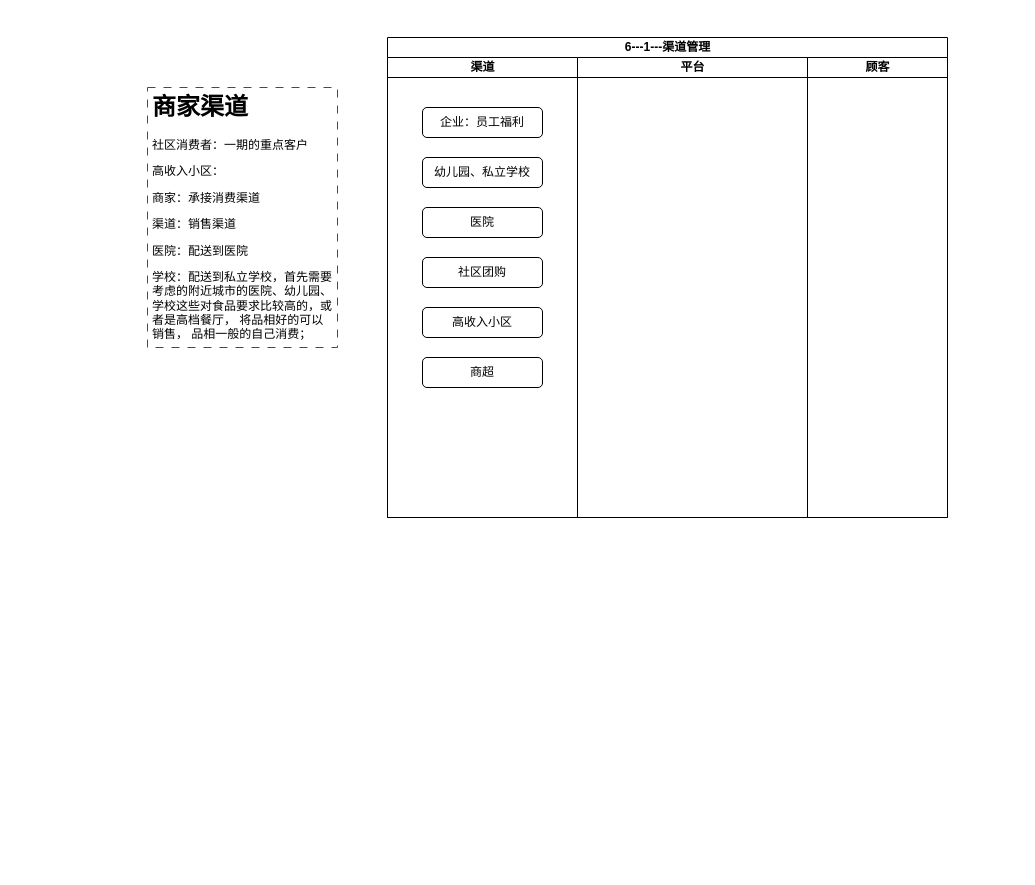
ManGuo/HealthFarm keeps this draw.io diagram as page "6---1---渠道管理" (6 of 6) of Graph/1---健康农场---全流程.drawio. Above is the earlier version. Source tidied: cells renumbered, new cells numbered last; positions are measured from the earlier drawing's top-left corner, leaving out a move shared by most shapes. Both pictures are drawn from the tidied source at 100%, with x=0, y=0 at pixel (147, 37).
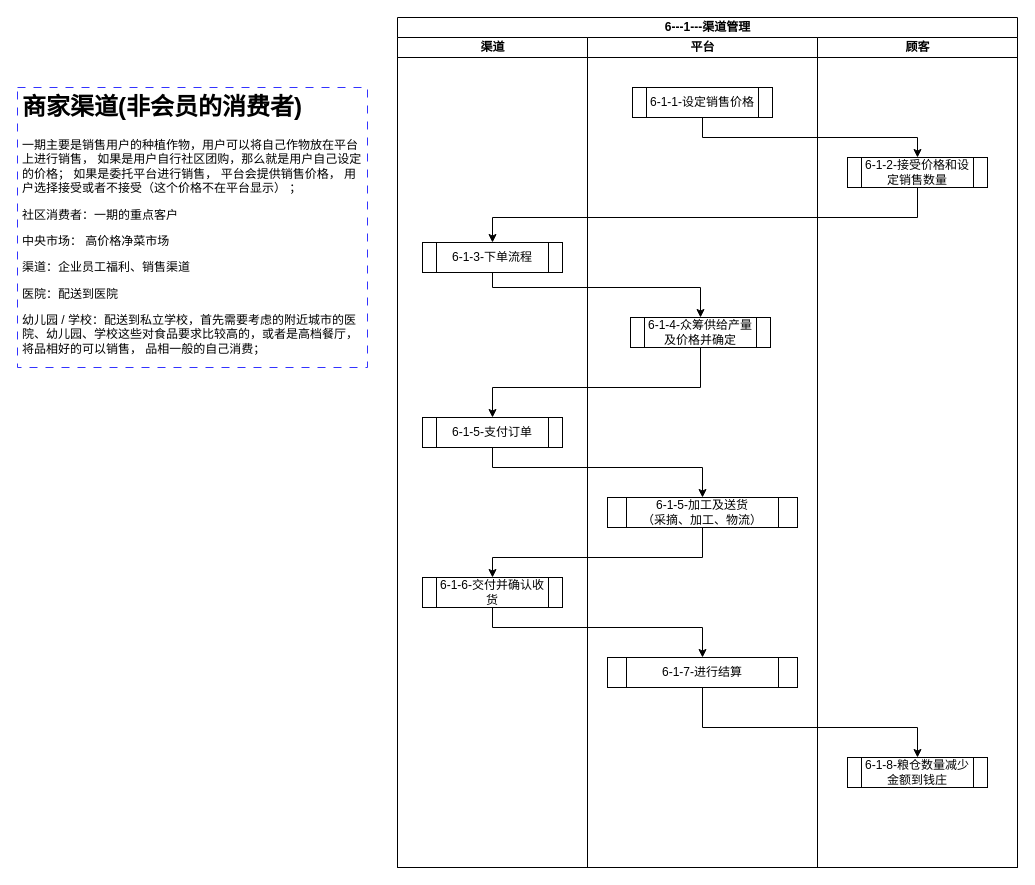
Above is the later version.

Commit message:
修改渠道的2级流程

Diff of the diagram source:
```diff
@@
     <mxCell id="2" value="6---1---渠道管理" style="swimlane;startSize=20;html=1;" parent="1" vertex="1">
-      <mxGeometry x="240" width="560" height="480" as="geometry" />
+      <mxGeometry x="250" y="-20" width="620" height="850" as="geometry" />
     </mxCell>
     <mxCell id="3" value="渠道" style="swimlane;startSize=20;html=1;" parent="2" vertex="1">
-      <mxGeometry y="20" width="190" height="460" as="geometry" />
+      <mxGeometry y="20" width="190" height="830" as="geometry" />
     </mxCell>
-    <mxCell id="4" value="企业：员工福利" style="rounded=1;whiteSpace=wrap;html=1;" parent="3" vertex="1">
-      <mxGeometry x="35" y="50" width="120" height="30" as="geometry" />
-    </mxCell>
-    <mxCell id="5" value="幼儿园、私立学校" style="rounded=1;whiteSpace=wrap;html=1;" parent="3" vertex="1">
-      <mxGeometry x="35" y="100" width="120" height="30" as="geometry" />
-    </mxCell>
-    <mxCell id="6" value="医院" style="rounded=1;whiteSpace=wrap;html=1;" parent="3" vertex="1">
-      <mxGeometry x="35" y="150" width="120" height="30" as="geometry" />
-    </mxCell>
-    <mxCell id="7" value="社区团购" style="rounded=1;whiteSpace=wrap;html=1;" parent="3" vertex="1">
-      <mxGeometry x="35" y="200" width="120" height="30" as="geometry" />
-    </mxCell>
-    <mxCell id="8" value="高收入小区" style="rounded=1;whiteSpace=wrap;html=1;" parent="3" vertex="1">
-      <mxGeometry x="35" y="250" width="120" height="30" as="geometry" />
-    </mxCell>
-    <mxCell id="9" value="商超" style="rounded=1;whiteSpace=wrap;html=1;" parent="3" vertex="1">
-      <mxGeometry x="35" y="300" width="120" height="30" as="geometry" />
-    </mxCell>
+    <mxCell id="13" value="6-1-3-下单流程" style="shape=process;whiteSpace=wrap;html=1;backgroundOutline=1;" parent="3" vertex="1">
+      <mxGeometry x="25" y="205" width="140" height="30" as="geometry" />
+    </mxCell>
+    <mxCell id="14" value="6-1-5-支付订单" style="shape=process;whiteSpace=wrap;html=1;backgroundOutline=1;" parent="3" vertex="1">
+      <mxGeometry x="25" y="380" width="140" height="30" as="geometry" />
+    </mxCell>
+    <mxCell id="15" value="6-1-6-交付并确认收货" style="shape=process;whiteSpace=wrap;html=1;backgroundOutline=1;" parent="3" vertex="1">
+      <mxGeometry x="25" y="540" width="140" height="30" as="geometry" />
+    </mxCell>
     <mxCell id="10" value="平台" style="swimlane;startSize=20;html=1;" parent="2" vertex="1">
-      <mxGeometry x="190" y="20" width="230" height="460" as="geometry" />
+      <mxGeometry x="190" y="20" width="230" height="830" as="geometry" />
     </mxCell>
+    <mxCell id="16" value="6-1-1-设定销售价格" style="shape=process;whiteSpace=wrap;html=1;backgroundOutline=1;" parent="10" vertex="1">
+      <mxGeometry x="45" y="50" width="140" height="30" as="geometry" />
+    </mxCell>
+    <mxCell id="17" value="6-1-4-众筹供给产量及价格并确定" style="shape=process;whiteSpace=wrap;html=1;backgroundOutline=1;" parent="10" vertex="1">
+      <mxGeometry x="43" y="280" width="140" height="30" as="geometry" />
+    </mxCell>
+    <mxCell id="18" value="6-1-5-加工及送货&lt;br&gt;（采摘、加工、物流）" style="shape=process;whiteSpace=wrap;html=1;backgroundOutline=1;" parent="10" vertex="1">
+      <mxGeometry x="20" y="460" width="190" height="30" as="geometry" />
+    </mxCell>
+    <mxCell id="19" value="6-1-7-进行结算" style="shape=process;whiteSpace=wrap;html=1;backgroundOutline=1;" parent="10" vertex="1">
+      <mxGeometry x="20" y="620" width="190" height="30" as="geometry" />
+    </mxCell>
     <mxCell id="11" value="顾客" style="swimlane;startSize=20;html=1;" parent="2" vertex="1">
-      <mxGeometry x="420" y="20" width="140" height="460" as="geometry" />
+      <mxGeometry x="420" y="20" width="200" height="830" as="geometry" />
     </mxCell>
+    <mxCell id="20" value="6-1-2-接受价格和设定销售数量" style="shape=process;whiteSpace=wrap;html=1;backgroundOutline=1;" parent="11" vertex="1">
+      <mxGeometry x="30" y="120" width="140" height="30" as="geometry" />
+    </mxCell>
+    <mxCell id="21" value="6-1-8-粮仓数量减少&lt;br&gt;金额到钱庄" style="shape=process;whiteSpace=wrap;html=1;backgroundOutline=1;" parent="11" vertex="1">
+      <mxGeometry x="30" y="720" width="140" height="30" as="geometry" />
+    </mxCell>
+    <mxCell id="22" style="edgeStyle=orthogonalEdgeStyle;rounded=0;jettySize=auto;html=1;entryX=0.5;entryY=0;entryDx=0;entryDy=0;" parent="2" edge="1" source="16" target="20">
+      <mxGeometry relative="1" as="geometry">
+        <Array as="points">
+          <mxPoint x="305" y="120" />
+          <mxPoint x="520" y="120" />
+        </Array>
+      </mxGeometry>
+    </mxCell>
+    <mxCell id="23" style="edgeStyle=orthogonalEdgeStyle;rounded=0;jettySize=auto;html=1;" parent="2" edge="1" source="20" target="13">
+      <mxGeometry relative="1" as="geometry">
+        <Array as="points">
+          <mxPoint x="520" y="200" />
+          <mxPoint x="95" y="200" />
+        </Array>
+      </mxGeometry>
+    </mxCell>
+    <mxCell id="24" style="edgeStyle=orthogonalEdgeStyle;rounded=0;jettySize=auto;html=1;entryX=0.5;entryY=0;entryDx=0;entryDy=0;" parent="2" edge="1" source="13" target="17">
+      <mxGeometry relative="1" as="geometry">
+        <Array as="points">
+          <mxPoint x="95" y="270" />
+          <mxPoint x="303" y="270" />
+        </Array>
+      </mxGeometry>
+    </mxCell>
+    <mxCell id="25" style="edgeStyle=orthogonalEdgeStyle;rounded=0;jettySize=auto;html=1;exitX=0.5;exitY=1;exitDx=0;exitDy=0;" parent="2" edge="1" source="17" target="14">
+      <mxGeometry relative="1" as="geometry">
+        <Array as="points">
+          <mxPoint x="303" y="370" />
+          <mxPoint x="95" y="370" />
+        </Array>
+      </mxGeometry>
+    </mxCell>
+    <mxCell id="26" style="edgeStyle=orthogonalEdgeStyle;rounded=0;jettySize=auto;html=1;entryX=0.5;entryY=0;entryDx=0;entryDy=0;" parent="2" edge="1" source="14" target="18">
+      <mxGeometry relative="1" as="geometry">
+        <Array as="points">
+          <mxPoint x="95" y="450" />
+          <mxPoint x="305" y="450" />
+        </Array>
+      </mxGeometry>
+    </mxCell>
+    <mxCell id="27" style="edgeStyle=orthogonalEdgeStyle;rounded=0;jettySize=auto;html=1;entryX=0.5;entryY=0;entryDx=0;entryDy=0;" parent="2" edge="1" source="18" target="15">
+      <mxGeometry relative="1" as="geometry">
+        <Array as="points">
+          <mxPoint x="305" y="540" />
+          <mxPoint x="95" y="540" />
+        </Array>
+      </mxGeometry>
+    </mxCell>
+    <mxCell id="28" style="edgeStyle=orthogonalEdgeStyle;rounded=0;jettySize=auto;html=1;entryX=0.5;entryY=0;entryDx=0;entryDy=0;" parent="2" edge="1" source="15" target="19">
+      <mxGeometry relative="1" as="geometry">
+        <Array as="points">
+          <mxPoint x="95" y="610" />
+          <mxPoint x="305" y="610" />
+        </Array>
+      </mxGeometry>
+    </mxCell>
+    <mxCell id="29" style="edgeStyle=orthogonalEdgeStyle;rounded=0;jettySize=auto;html=1;" parent="2" edge="1" source="19" target="21">
+      <mxGeometry relative="1" as="geometry">
+        <Array as="points">
+          <mxPoint x="305" y="710" />
+          <mxPoint x="520" y="710" />
+        </Array>
+      </mxGeometry>
+    </mxCell>
-    <mxCell id="12" value="&lt;h1&gt;商家渠道&lt;/h1&gt;&lt;p&gt;社区消费者：一期的重点客户&lt;/p&gt;&lt;p&gt;高收入小区：&lt;/p&gt;&lt;p&gt;商家：承接消费渠道&lt;/p&gt;&lt;p&gt;渠道：销售渠道&lt;/p&gt;&lt;p&gt;&lt;span style=&quot;background-color: initial;&quot;&gt;医院：配送到医院&lt;/span&gt;&lt;br&gt;&lt;/p&gt;&lt;p&gt;学校：配送到私立学校，首先需要考虑的附近城市的医院、幼儿园、学校这些对食品要求比较高的，或者是高档餐厅， 将品相好的可以销售， 品相一般的自己消费；&lt;/p&gt;&lt;div class=&quot;mind-clipboard&quot;&gt;&lt;div&gt;&lt;br&gt;&lt;/div&gt;&lt;/div&gt;" style="text;html=1;strokeColor=#3333FF;fillColor=none;spacing=5;spacingTop=-20;whiteSpace=wrap;overflow=hidden;rounded=0;dashed=1;dashPattern=8 8;" parent="1" vertex="1">
-      <mxGeometry y="50" width="190" height="260" as="geometry" />
+    <mxCell id="12" value="&lt;h1&gt;商家渠道(非会员的消费者)&lt;/h1&gt;&lt;div&gt;一期主要是销售用户的种植作物，用户可以将自己作物放在平台上进行销售， 如果是用户自行社区团购，那么就是用户自己设定的价格； 如果是委托平台进行销售， 平台会提供销售价格， 用户选择接受或者不接受（这个价格不在平台显示） ；&lt;/div&gt;&lt;p&gt;社区消费者：一期的重点客户&lt;/p&gt;&lt;p&gt;中央市场： 高价格净菜市场&lt;/p&gt;&lt;p&gt;&lt;span style=&quot;background-color: initial;&quot;&gt;渠道：企业员工福利、销售渠道&lt;/span&gt;&lt;br&gt;&lt;/p&gt;&lt;p&gt;&lt;span style=&quot;background-color: initial;&quot;&gt;医院：配送到医院&lt;/span&gt;&lt;br&gt;&lt;/p&gt;&lt;p&gt;幼儿园 / 学校：配送到私立学校，首先需要考虑的附近城市的医院、幼儿园、学校这些对食品要求比较高的，或者是高档餐厅， 将品相好的可以销售， 品相一般的自己消费；&lt;/p&gt;&lt;div class=&quot;mind-clipboard&quot;&gt;&lt;div&gt;&lt;br&gt;&lt;/div&gt;&lt;/div&gt;" style="text;html=1;strokeColor=#3333FF;fillColor=none;spacing=5;spacingTop=-20;whiteSpace=wrap;overflow=hidden;rounded=0;dashed=1;dashPattern=8 8;" parent="1" vertex="1">
+      <mxGeometry x="-130" y="50" width="350" height="280" as="geometry" />
     </mxCell>
```
